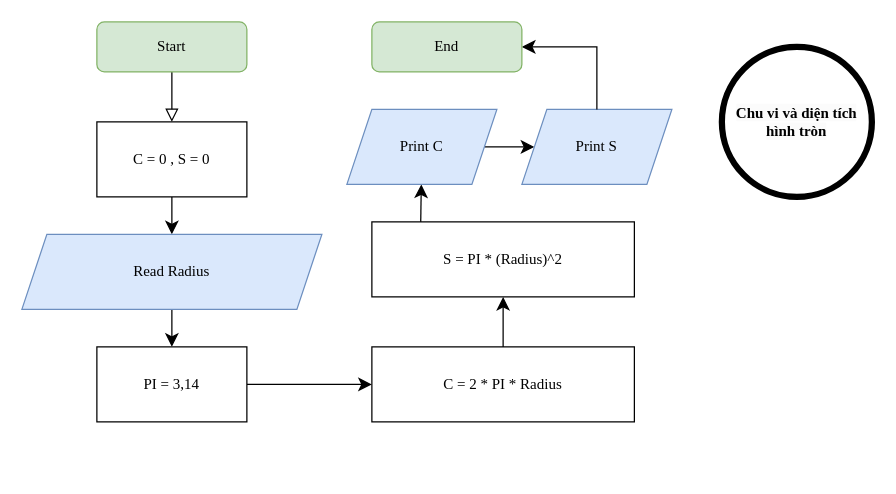
The draw.io diagram page "Hình tròn" (3 of 4) of Exercise1_11.drawio in LONGDKZdev/Flowchart, before the edit. Source tidied: cells renumbered, new cells numbered last; positions are measured from the earlier drawing's top-left corner, leaving out a move shared by most shapes. Both pictures are drawn from the tidied source at 125%, with x=0, y=0 at pixel (21, 21).
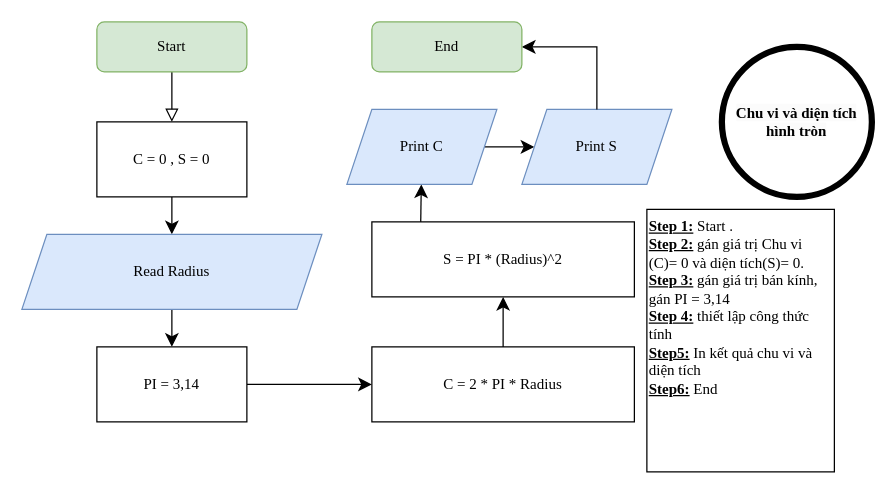
Above is the later version.

Change to the diagram source:
```diff
@@
+    <mxCell id="20" value="&lt;u&gt;&lt;b&gt;Step 1:&lt;/b&gt;&lt;/u&gt; Start .&lt;div&gt;&lt;b style=&quot;text-decoration-line: underline;&quot;&gt;Step 2:&lt;/b&gt;&amp;nbsp;gán giá trị Chu vi (C)= 0 và diện tích(S)= 0.&lt;/div&gt;&lt;div&gt;&lt;u&gt;&lt;b&gt;Step 3:&lt;/b&gt;&lt;/u&gt;&amp;nbsp;gán giá trị bán kính, gán PI = 3,14&lt;/div&gt;&lt;div&gt;&lt;b&gt;&lt;u&gt;Step 4:&lt;/u&gt; &lt;/b&gt;thiết lập công thức tính&lt;b&gt;&amp;nbsp;&amp;nbsp;&lt;/b&gt;&lt;/div&gt;&lt;div&gt;&lt;b&gt;&lt;u&gt;Step5:&lt;/u&gt; &lt;/b&gt;In kết quả chu vi và diện tích&lt;/div&gt;&lt;div&gt;&lt;u style=&quot;background-color: initial; font-weight: bold;&quot;&gt;Step6:&lt;/u&gt;&lt;span style=&quot;background-color: initial;&quot;&gt;&amp;nbsp;End&lt;/span&gt;&amp;nbsp;&lt;/div&gt;" style="rounded=0;whiteSpace=wrap;html=1;horizontal=1;verticalAlign=top;align=left;fontFamily=Times New Roman;" parent="1" vertex="1">
+      <mxGeometry x="500" y="150" width="150" height="210" as="geometry" />
+    </mxCell>
```
